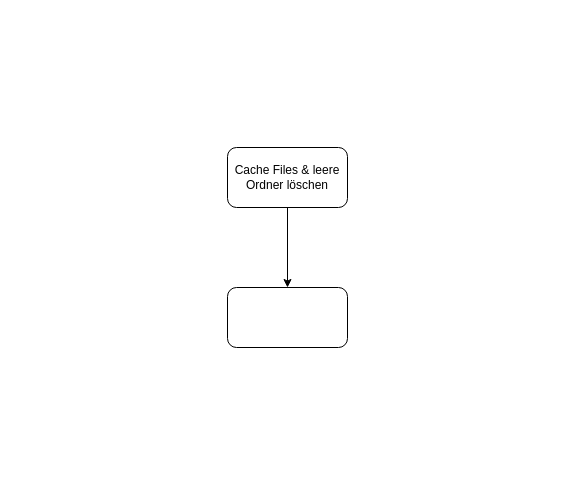
godbeeruss/M122-delete-cache-and-files-powershell keeps this draw.io diagram as Untitled Diagram.drawio. Above is the earlier version. Source tidied: cells renumbered, new cells numbered last; positions are measured from the earlier drawing's top-left corner, leaving out a move shared by most shapes. Both pictures are drawn from the tidied source at 100%, with x=0, y=0 at pixel (227, 147).
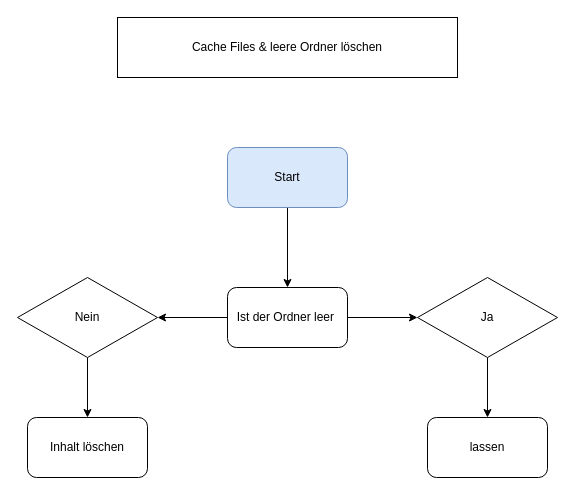
The same diagram, later.

Diff of the diagram source:
```diff
@@
 <mxGraphModel>
   <root>
     <mxCell id="0" />
     <mxCell id="1" parent="0" />
     <mxCell id="2" style="edgeStyle=orthogonalEdgeStyle;rounded=0;jettySize=auto;html=1;" parent="1" edge="1" source="3" target="4">
       <mxGeometry relative="1" as="geometry" />
     </mxCell>
-    <mxCell id="3" value="Cache Files &amp;amp; leere Ordner löschen" style="rounded=1;whiteSpace=wrap;html=1;" parent="1" vertex="1">
+    <mxCell id="3" value="Start" style="rounded=1;whiteSpace=wrap;html=1;fillColor=#dae8fc;strokeColor=#6c8ebf;" parent="1" vertex="1">
       <mxGeometry width="120" height="60" as="geometry" />
     </mxCell>
+    <mxCell id="5" style="edgeStyle=orthogonalEdgeStyle;rounded=0;jettySize=auto;html=1;" parent="1" edge="1" source="4" target="11">
+      <mxGeometry relative="1" as="geometry" />
+    </mxCell>
+    <mxCell id="6" style="edgeStyle=orthogonalEdgeStyle;rounded=0;jettySize=auto;html=1;entryX=0;entryY=0.5;entryDx=0;entryDy=0;" parent="1" edge="1" source="4" target="9">
+      <mxGeometry relative="1" as="geometry" />
+    </mxCell>
-    <mxCell id="4" style="rounded=1;whiteSpace=wrap;html=1;" parent="1" vertex="1">
+    <mxCell id="4" value="Ist der Ordner leer&amp;nbsp;" style="rounded=1;whiteSpace=wrap;html=1;" parent="1" vertex="1">
       <mxGeometry y="140" width="120" height="60" as="geometry" />
     </mxCell>
+    <mxCell id="7" value="&lt;span&gt;Cache Files &amp;amp; leere Ordner löschen&lt;/span&gt;" style="rounded=0;whiteSpace=wrap;html=1;" parent="1" vertex="1">
+      <mxGeometry x="-110" y="-130" width="340" height="60" as="geometry" />
+    </mxCell>
+    <mxCell id="8" style="edgeStyle=orthogonalEdgeStyle;rounded=0;jettySize=auto;html=1;" parent="1" edge="1" source="9" target="13">
+      <mxGeometry relative="1" as="geometry" />
+    </mxCell>
+    <mxCell id="9" value="Ja" style="rhombus;whiteSpace=wrap;html=1;" parent="1" vertex="1">
+      <mxGeometry x="190" y="130" width="140" height="80" as="geometry" />
+    </mxCell>
+    <mxCell id="10" style="edgeStyle=orthogonalEdgeStyle;rounded=0;jettySize=auto;html=1;entryX=0.5;entryY=0;entryDx=0;entryDy=0;" parent="1" edge="1" source="11" target="12">
+      <mxGeometry relative="1" as="geometry" />
+    </mxCell>
+    <mxCell id="11" value="Nein" style="rhombus;whiteSpace=wrap;html=1;" parent="1" vertex="1">
+      <mxGeometry x="-210" y="130" width="140" height="80" as="geometry" />
+    </mxCell>
+    <mxCell id="12" value="Inhalt löschen" style="rounded=1;whiteSpace=wrap;html=1;" parent="1" vertex="1">
+      <mxGeometry x="-200" y="270" width="120" height="60" as="geometry" />
+    </mxCell>
+    <mxCell id="13" value="lassen" style="rounded=1;whiteSpace=wrap;html=1;" parent="1" vertex="1">
+      <mxGeometry x="200" y="270" width="120" height="60" as="geometry" />
+    </mxCell>
   </root>
 </mxGraphModel>
```
